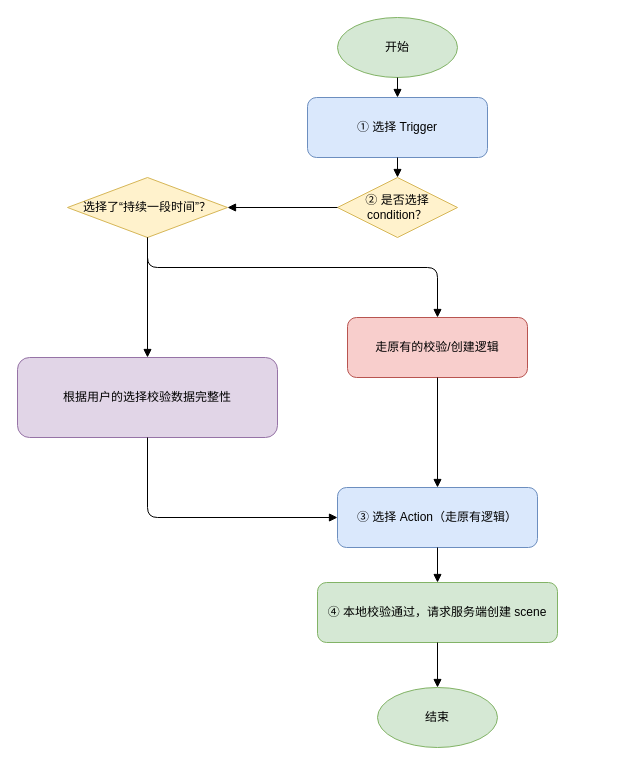
The draw.io diagram yukong.drawio in WljclW/coolweather, before the edit. Source tidied: cells renumbered, new cells numbered last; positions are measured from the earlier drawing's top-left corner, leaving out a move shared by most shapes. Both pictures are drawn from the tidied source at 100%, with x=0, y=0 at pixel (17, 17).
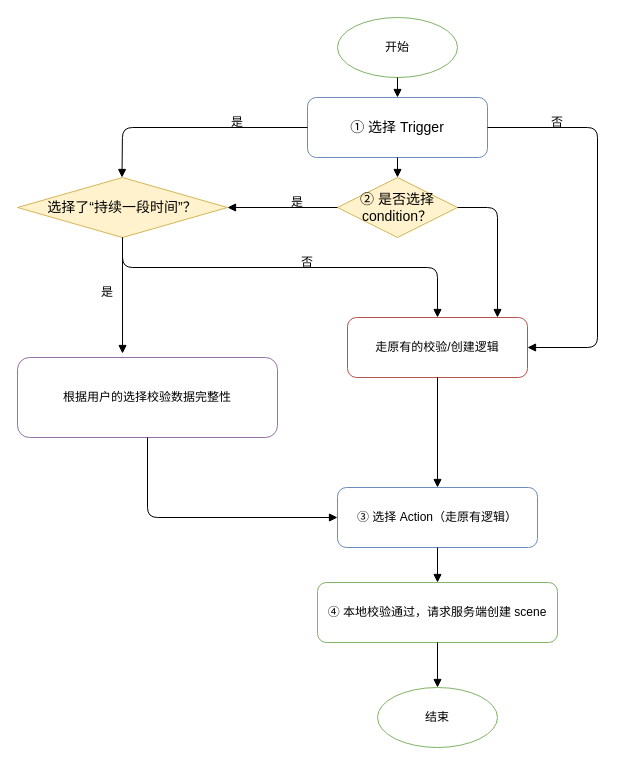
The same diagram, later.

Diff of the diagram source:
```diff
@@
-    <mxCell id="2" value="开始" style="ellipse;whiteSpace=wrap;html=1;fillColor=#d5e8d4;strokeColor=#82b366;" parent="1" vertex="1">
+    <mxCell id="2" value="开始" style="ellipse;whiteSpace=wrap;html=1;fillColor=none;strokeColor=#82b366;" parent="1" vertex="1">
       <mxGeometry x="320" width="120" height="60" as="geometry" />
     </mxCell>
-    <mxCell id="3" value="① 选择 Trigger" style="rounded=1;whiteSpace=wrap;html=1;fillColor=#dae8fc;strokeColor=#6c8ebf;" parent="1" vertex="1">
+    <mxCell id="3" value="&lt;font style=&quot;font-size: 14px;&quot;&gt;① 选择 Trigger&lt;/font&gt;" style="rounded=1;whiteSpace=wrap;html=1;fillColor=none;strokeColor=#6c8ebf;" parent="1" vertex="1">
       <mxGeometry x="290" y="80" width="180" height="60" as="geometry" />
     </mxCell>
-    <mxCell id="4" value="② 是否选择 condition？" style="rhombus;whiteSpace=wrap;html=1;fillColor=#fff2cc;strokeColor=#d6b656;" parent="1" vertex="1">
+    <mxCell id="4" value="&lt;font style=&quot;font-size: 14px;&quot;&gt;② 是否选择 condition？&lt;/font&gt;" style="rhombus;whiteSpace=wrap;html=1;fillColor=#fff2cc;strokeColor=#d6b656;" parent="1" vertex="1">
       <mxGeometry x="320" y="160" width="120" height="60" as="geometry" />
     </mxCell>
-    <mxCell id="5" value="选择了“持续一段时间”？" style="rhombus;whiteSpace=wrap;html=1;fillColor=#fff2cc;strokeColor=#d6b656;" parent="1" vertex="1">
-      <mxGeometry x="50" y="160" width="160" height="60" as="geometry" />
+    <mxCell id="5" value="&lt;font style=&quot;font-size: 14px;&quot;&gt;选择了“持续一段时间”？&lt;/font&gt;" style="rhombus;whiteSpace=wrap;html=1;fillColor=#fff2cc;strokeColor=#d6b656;" parent="1" vertex="1">
+      <mxGeometry y="160" width="210" height="60" as="geometry" />
     </mxCell>
-    <mxCell id="6" value="根据用户的选择校验数据完整性" style="rounded=1;whiteSpace=wrap;html=1;fillColor=#e1d5e7;strokeColor=#9673a6;" parent="1" vertex="1">
+    <mxCell id="6" value="根据用户的选择校验数据完整性" style="rounded=1;whiteSpace=wrap;html=1;fillColor=none;strokeColor=#9673a6;" parent="1" vertex="1">
       <mxGeometry y="340" width="260" height="80" as="geometry" />
     </mxCell>
-    <mxCell id="7" value="走原有的校验/创建逻辑" style="rounded=1;whiteSpace=wrap;html=1;fillColor=#f8cecc;strokeColor=#b85450;" parent="1" vertex="1">
+    <mxCell id="7" value="走原有的校验/创建逻辑" style="rounded=1;whiteSpace=wrap;html=1;fillColor=none;strokeColor=#b85450;" parent="1" vertex="1">
       <mxGeometry x="330" y="300" width="180" height="60" as="geometry" />
     </mxCell>
-    <mxCell id="8" value="③ 选择 Action（走原有逻辑）" style="rounded=1;whiteSpace=wrap;html=1;fillColor=#dae8fc;strokeColor=#6c8ebf;" parent="1" vertex="1">
+    <mxCell id="8" value="③ 选择 Action（走原有逻辑）" style="rounded=1;whiteSpace=wrap;html=1;fillColor=none;strokeColor=#6c8ebf;" parent="1" vertex="1">
       <mxGeometry x="320" y="470" width="200" height="60" as="geometry" />
     </mxCell>
-    <mxCell id="9" value="④ 本地校验通过，请求服务端创建 scene" style="rounded=1;whiteSpace=wrap;html=1;fillColor=#d5e8d4;strokeColor=#82b366;" parent="1" vertex="1">
+    <mxCell id="9" value="④ 本地校验通过，请求服务端创建 scene" style="rounded=1;whiteSpace=wrap;html=1;fillColor=none;strokeColor=#82b366;" parent="1" vertex="1">
       <mxGeometry x="300" y="565" width="240" height="60" as="geometry" />
     </mxCell>
-    <mxCell id="10" value="结束" style="ellipse;whiteSpace=wrap;html=1;fillColor=#d5e8d4;strokeColor=#82b366;" parent="1" vertex="1">
+    <mxCell id="10" value="结束" style="ellipse;whiteSpace=wrap;html=1;fillColor=none;strokeColor=#82b366;" parent="1" vertex="1">
       <mxGeometry x="360" y="670" width="120" height="60" as="geometry" />
     </mxCell>
@@
-    <mxCell id="14" style="endArrow=block;" parent="1" edge="1" source="5" target="6">
+    <mxCell id="14" style="endArrow=block;entryX=0.404;entryY=-0.05;entryDx=0;entryDy=0;entryPerimeter=0;" parent="1" edge="1" source="5" target="6">
       <mxGeometry x="-0.5" relative="1" as="geometry" />
     </mxCell>
     <mxCell id="15" style="endArrow=block;" parent="1" edge="1" source="5" target="7">
       <mxGeometry x="0.5" relative="1" as="geometry">
         <Array as="points">
-          <mxPoint x="130" y="250" />
+          <mxPoint x="105" y="250" />
           <mxPoint x="420" y="250" />
         </Array>
       </mxGeometry>
     </mxCell>
@@
+    <mxCell id="20" style="endArrow=block;exitX=1;exitY=0.5;exitDx=0;exitDy=0;entryX=1;entryY=0.5;entryDx=0;entryDy=0;" parent="1" edge="1" source="3" target="7">
+      <mxGeometry relative="1" as="geometry">
+        <Array as="points">
+          <mxPoint x="580" y="110" />
+          <mxPoint x="580" y="330" />
+        </Array>
+      </mxGeometry>
+    </mxCell>
+    <mxCell id="21" style="endArrow=block;exitX=1;exitY=0.5;exitDx=0;exitDy=0;" parent="1" edge="1" source="4">
+      <mxGeometry relative="1" as="geometry">
+        <mxPoint x="480" y="300" as="targetPoint" />
+        <Array as="points">
+          <mxPoint x="480" y="190" />
+        </Array>
+      </mxGeometry>
+    </mxCell>
+    <mxCell id="22" value="是" style="text;html=1;align=center;verticalAlign=middle;whiteSpace=wrap;rounded=0;" parent="1" vertex="1">
+      <mxGeometry x="60" y="260" width="60" height="30" as="geometry" />
+    </mxCell>
+    <mxCell id="23" value="是" style="text;html=1;align=center;verticalAlign=middle;whiteSpace=wrap;rounded=0;" parent="1" vertex="1">
+      <mxGeometry x="190" y="90" width="60" height="30" as="geometry" />
+    </mxCell>
+    <mxCell id="24" value="是" style="text;html=1;align=center;verticalAlign=middle;whiteSpace=wrap;rounded=0;" parent="1" vertex="1">
+      <mxGeometry x="250" y="170" width="60" height="30" as="geometry" />
+    </mxCell>
+    <mxCell id="25" value="否" style="text;html=1;align=center;verticalAlign=middle;whiteSpace=wrap;rounded=0;" parent="1" vertex="1">
+      <mxGeometry x="260" y="230" width="60" height="30" as="geometry" />
+    </mxCell>
+    <mxCell id="26" value="否" style="text;html=1;align=center;verticalAlign=middle;whiteSpace=wrap;rounded=0;" parent="1" vertex="1">
+      <mxGeometry x="510" y="90" width="60" height="30" as="geometry" />
+    </mxCell>
+    <mxCell id="27" style="endArrow=block;exitX=0;exitY=0.5;exitDx=0;exitDy=0;" parent="1" edge="1" source="3">
+      <mxGeometry relative="1" as="geometry">
+        <mxPoint x="104.5" y="160" as="targetPoint" />
+        <Array as="points">
+          <mxPoint x="105" y="110" />
+        </Array>
+      </mxGeometry>
+    </mxCell>
```
